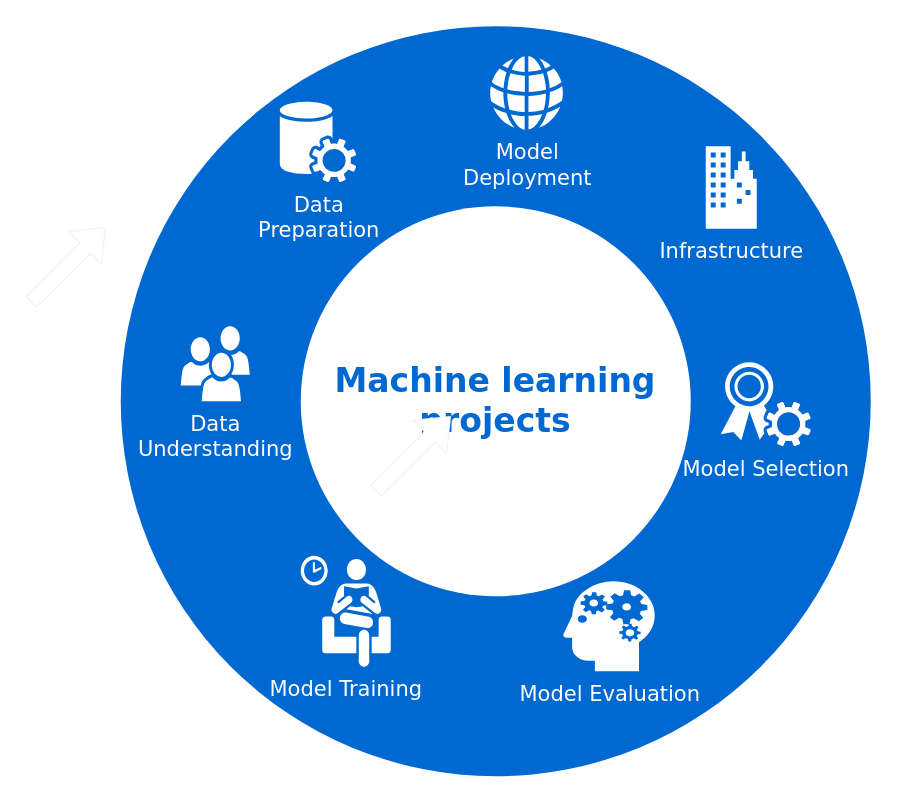
ezerfernandes/concept-learning keeps this draw.io diagram as Untitled Diagram.drawio. Above is the earlier version. Source tidied: cells renumbered, new cells numbered last; positions are measured from the earlier drawing's top-left corner, leaving out a move shared by most shapes. Both pictures are drawn from the tidied source at 150%, with x=0, y=0 at pixel (30, 26).
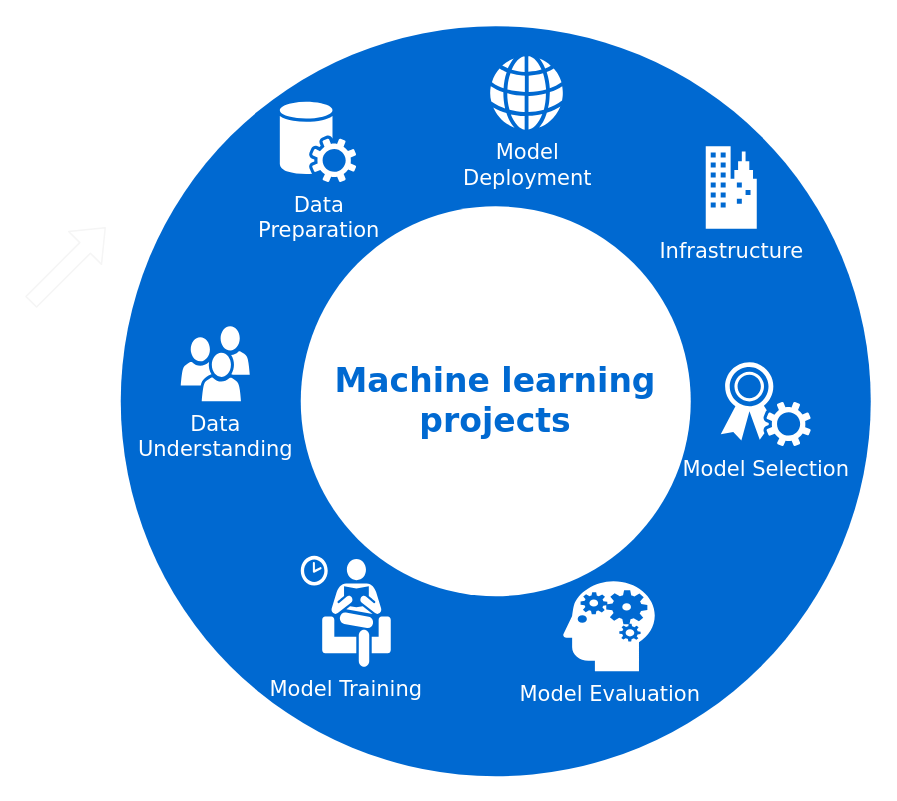
The same page after the edit.

What changed in the source:
```diff
@@
 <mxGraphModel background="#ffffff">
   <root>
     <mxCell id="0" />
     <mxCell id="1" parent="0" />
     <mxCell id="2" style="ellipse;whiteSpace=wrap;html=1;rounded=0;shadow=0;comic=0;strokeWidth=1;fontFamily=Verdana;fontSize=14;strokeColor=none;fillColor=#0069D1;" parent="1" vertex="1">
       <mxGeometry x="60" width="500" height="500" as="geometry" />
     </mxCell>
     <mxCell id="3" value="Machine learning projects" style="ellipse;whiteSpace=wrap;html=1;rounded=0;shadow=0;comic=0;strokeWidth=1;fontFamily=Verdana;fontSize=22;strokeColor=none;fillColor=#ffffff;fontColor=#0069D1;fontStyle=1;" parent="1" vertex="1">
       <mxGeometry x="180" y="120" width="260" height="260" as="geometry" />
     </mxCell>
     <mxCell id="4" value="Data&lt;br&gt;Understanding" style="shadow=0;dashed=0;html=1;strokeColor=none;fillColor=#ffffff;labelPosition=center;verticalLabelPosition=bottom;verticalAlign=top;shape=mxgraph.office.users.users;rounded=0;comic=0;fontFamily=Verdana;fontSize=14;fontColor=#FFFFFF;" parent="1" vertex="1">
       <mxGeometry x="100" y="200" width="46" height="50" as="geometry" />
     </mxCell>
     <mxCell id="5" value="Data&lt;br&gt;Preparation" style="shadow=0;dashed=0;html=1;strokeColor=none;fillColor=#ffffff;labelPosition=center;verticalLabelPosition=bottom;verticalAlign=top;shape=mxgraph.office.services.central_management_service;rounded=0;comic=0;fontFamily=Verdana;fontSize=14;fontColor=#FFFFFF;" parent="1" vertex="1">
       <mxGeometry x="166" y="50" width="51" height="54" as="geometry" />
     </mxCell>
     <mxCell id="6" value="Model Selection" style="shadow=0;dashed=0;html=1;strokeColor=none;fillColor=#ffffff;labelPosition=center;verticalLabelPosition=bottom;verticalAlign=top;shape=mxgraph.office.security.token_service;rounded=0;comic=0;fontFamily=Verdana;fontSize=14;fontColor=#FFFFFF;" parent="1" vertex="1">
       <mxGeometry x="460" y="224" width="60" height="56" as="geometry" />
     </mxCell>
     <mxCell id="7" value="Infrastructure" style="shadow=0;dashed=0;html=1;strokeColor=none;fillColor=#ffffff;labelPosition=center;verticalLabelPosition=bottom;verticalAlign=top;shape=mxgraph.office.concepts.on_premises;rounded=0;comic=0;fontFamily=Verdana;fontSize=14;fontColor=#FFFFFF;" parent="1" vertex="1">
       <mxGeometry x="450" y="80" width="34" height="55" as="geometry" />
     </mxCell>
     <mxCell id="8" value="Model&lt;br&gt;Deployment" style="shadow=0;dashed=0;html=1;strokeColor=none;fillColor=#ffffff;labelPosition=center;verticalLabelPosition=bottom;verticalAlign=top;shape=mxgraph.office.concepts.globe_internet;rounded=0;comic=0;fontFamily=Verdana;fontSize=14;fontColor=#FFFFFF;" parent="1" vertex="1">
       <mxGeometry x="306" y="20" width="49" height="49" as="geometry" />
     </mxCell>
     <mxCell id="9" value="&lt;font color=&quot;#ffffff&quot; face=&quot;verdana&quot;&gt;&lt;span style=&quot;font-size: 14px&quot;&gt;Model Training&lt;/span&gt;&lt;/font&gt;" style="shape=mxgraph.signs.people.waiting_room_2;html=1;strokeColor=none;verticalLabelPosition=bottom;verticalAlign=top;align=center;fillColor=#FFFFFF;" parent="1" vertex="1">
       <mxGeometry x="180" y="353" width="60" height="74" as="geometry" />
     </mxCell>
     <mxCell id="10" value="&lt;font color=&quot;#ffffff&quot; face=&quot;Verdana&quot;&gt;&lt;span style=&quot;font-size: 14px&quot;&gt;Model Evaluation&lt;/span&gt;&lt;/font&gt;" style="shape=mxgraph.signs.healthcare.mental_health;html=1;strokeColor=none;verticalLabelPosition=bottom;verticalAlign=top;align=center;fillColor=#FFFFFF;" parent="1" vertex="1">
       <mxGeometry x="355" y="370" width="61" height="60" as="geometry" />
     </mxCell>
     <mxCell id="11" style="shape=flexArrow;endArrow=classic;html=1;strokeColor=#F5F5F5;fillColor=#ffffff;" parent="1" edge="1">
       <mxGeometry relative="1" as="geometry">
         <mxPoint y="184" as="sourcePoint" />
         <mxPoint x="50" y="134" as="targetPoint" />
       </mxGeometry>
     </mxCell>
-    <mxCell id="12" style="shape=flexArrow;endArrow=classic;html=1;strokeColor=#F5F5F5;fillColor=#ffffff;" parent="1" edge="1">
-      <mxGeometry relative="1" as="geometry">
-        <mxPoint x="230" y="310" as="sourcePoint" />
-        <mxPoint x="280" y="260" as="targetPoint" />
-      </mxGeometry>
-    </mxCell>
   </root>
 </mxGraphModel>
```
